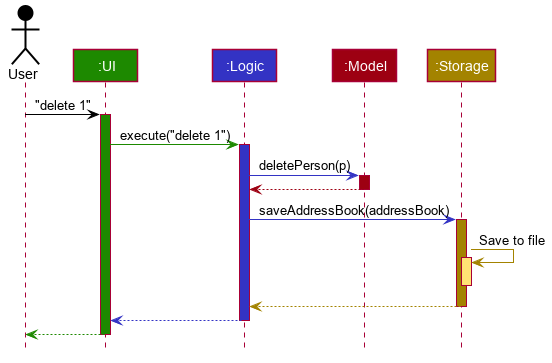
Above: docs/images/ArchitectureSequenceDiagram.png in nus-cs2103-AY1920S2/addressbook-level3 (PlantUML), before the change.
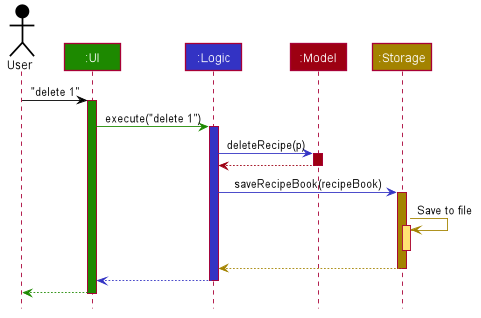
Later version of the same file.

What changed in the source:
```diff
@@ -60,13 +60,13 @@
 ui -[#1D8900]> logic : execute("delete 1")
 activate logic #3333C4
 
-logic -[#3333C4]> model : deletePerson(p)
+logic -[#3333C4]> model : deleteRecipe(p)
 activate model #9D0012
 
 model -[#9D0012]-> logic
 deactivate model
 
-logic -[#3333C4]> storage : saveAddressBook(addressBook)
+logic -[#3333C4]> storage : saveRecipeBook(recipeBook)
 activate storage #A38300
 
 storage -[#A38300]> storage : Save to file
```
